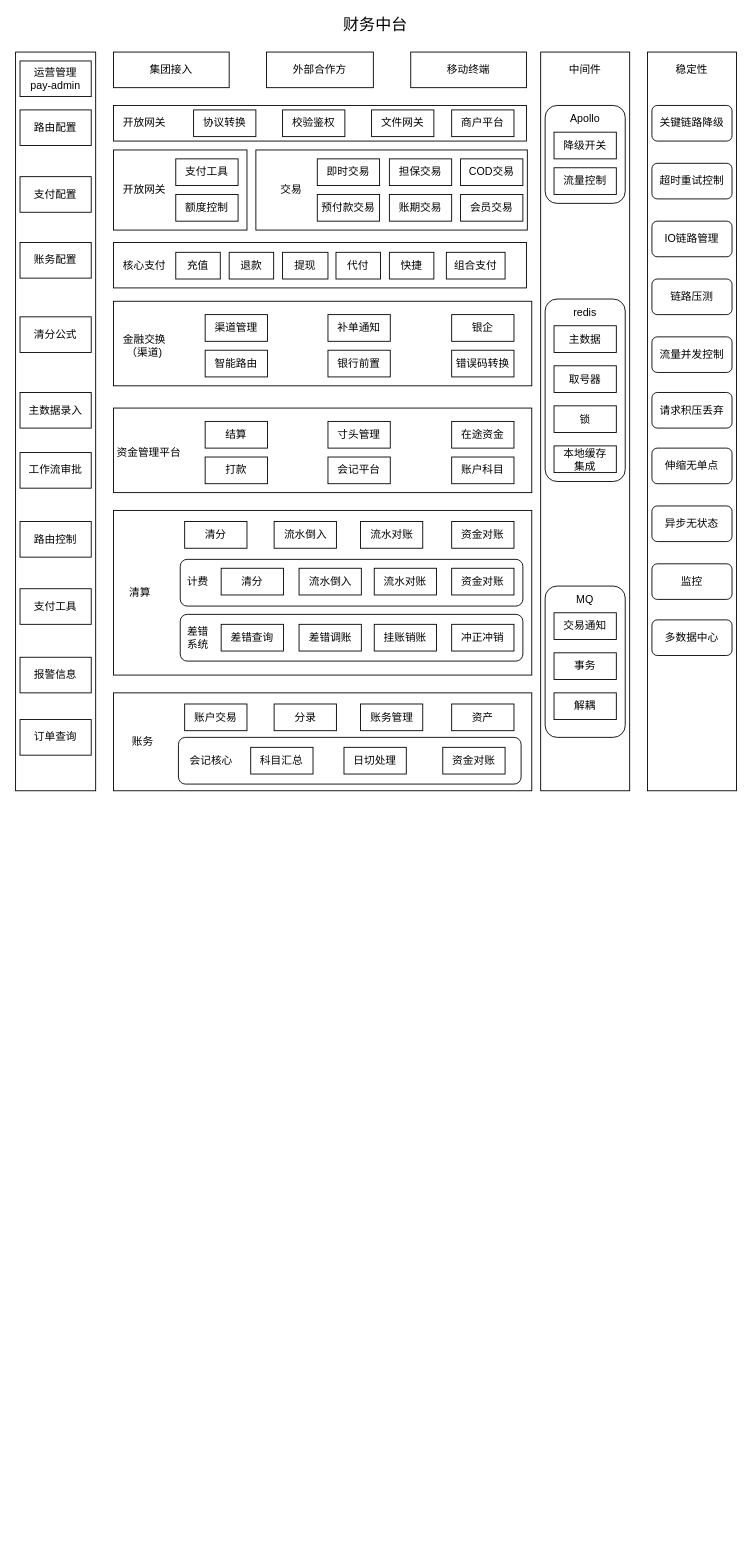
ythawed/diagrams keeps this draw.io diagram as 财务中台架构图.drawio. Above is the earlier version. Source tidied: cells renumbered, new cells numbered last; positions are measured from the earlier drawing's top-left corner, leaving out a move shared by most shapes. Both pictures are drawn from the tidied source at 89%, with x=0, y=0 at pixel (15, 16).
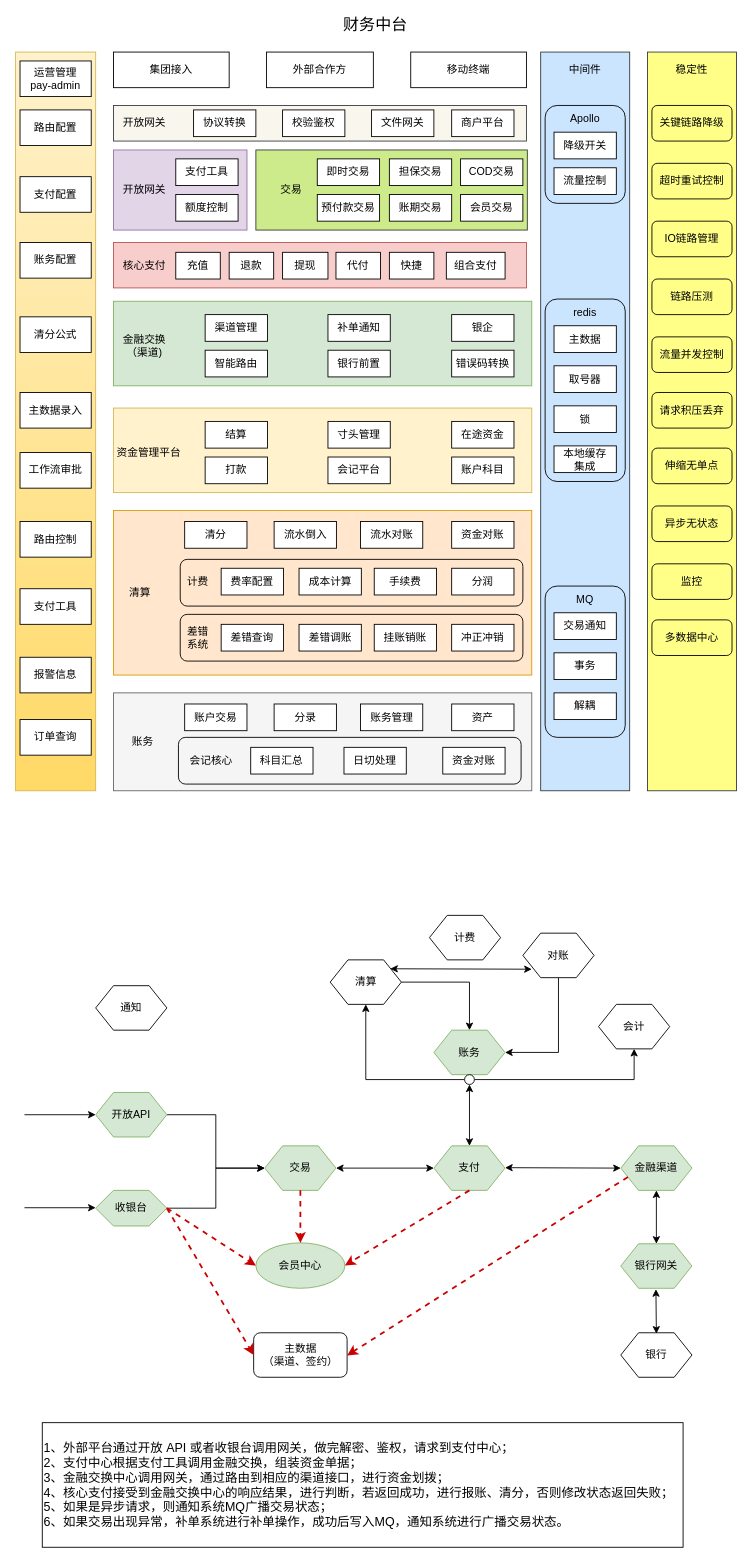
Above is the later version.

Commit message:
Update 财务中台架构图.drawio

Diff of the diagram source:
```diff
@@
-    <mxCell id="2" style="rounded=0;whiteSpace=wrap;html=1;" parent="1" vertex="1">
+    <mxCell id="2" style="rounded=0;whiteSpace=wrap;html=1;fillColor=#ffe6cc;strokeColor=#d79b00;" parent="1" vertex="1">
       <mxGeometry x="110" y="555" width="470" height="185" as="geometry" />
     </mxCell>
@@
-    <mxCell id="5" style="rounded=0;whiteSpace=wrap;html=1;" parent="1" vertex="1">
+    <mxCell id="5" style="rounded=0;whiteSpace=wrap;html=1;fillColor=#fff2cc;strokeColor=#d6b656;gradientColor=#ffd966;" parent="1" vertex="1">
       <mxGeometry y="40" width="90" height="830" as="geometry" />
     </mxCell>
@@
-    <mxCell id="20" style="rounded=0;whiteSpace=wrap;html=1;" parent="1" vertex="1">
+    <mxCell id="20" style="rounded=0;whiteSpace=wrap;html=1;fillColor=#cce5ff;strokeColor=#36393d;" parent="1" vertex="1">
       <mxGeometry x="590" y="40" width="100" height="830" as="geometry" />
     </mxCell>
-    <mxCell id="21" style="rounded=0;whiteSpace=wrap;html=1;" parent="1" vertex="1">
+    <mxCell id="21" style="rounded=0;whiteSpace=wrap;html=1;fillColor=#ffff88;strokeColor=#36393d;" parent="1" vertex="1">
       <mxGeometry x="710" y="40" width="100" height="830" as="geometry" />
     </mxCell>
-    <mxCell id="22" style="rounded=0;whiteSpace=wrap;html=1;" parent="1" vertex="1">
+    <mxCell id="22" style="rounded=0;whiteSpace=wrap;html=1;fillColor=#f9f7ed;strokeColor=#36393d;" parent="1" vertex="1">
       <mxGeometry x="110" y="100" width="464" height="40" as="geometry" />
     </mxCell>
@@
-    <mxCell id="28" style="rounded=0;whiteSpace=wrap;html=1;" parent="1" vertex="1">
+    <mxCell id="28" style="rounded=0;whiteSpace=wrap;html=1;fillColor=#e1d5e7;strokeColor=#9673a6;" parent="1" vertex="1">
       <mxGeometry x="110" y="150" width="150" height="90" as="geometry" />
     </mxCell>
-    <mxCell id="29" style="rounded=0;whiteSpace=wrap;html=1;" parent="1" vertex="1">
+    <mxCell id="29" style="rounded=0;whiteSpace=wrap;html=1;fillColor=#cdeb8b;strokeColor=#36393d;" parent="1" vertex="1">
       <mxGeometry x="270" y="150" width="305" height="90" as="geometry" />
     </mxCell>
@@
-    <mxCell id="40" style="rounded=0;whiteSpace=wrap;html=1;" parent="1" vertex="1">
+    <mxCell id="40" style="rounded=0;whiteSpace=wrap;html=1;fillColor=#f8cecc;strokeColor=#b85450;" parent="1" vertex="1">
       <mxGeometry x="110" y="254" width="464" height="51" as="geometry" />
     </mxCell>
@@
-    <mxCell id="53" style="rounded=0;whiteSpace=wrap;html=1;" parent="1" vertex="1">
+    <mxCell id="53" style="rounded=0;whiteSpace=wrap;html=1;fillColor=#d5e8d4;strokeColor=#82b366;" parent="1" vertex="1">
       <mxGeometry x="110" y="320" width="470" height="95" as="geometry" />
     </mxCell>
@@
-    <mxCell id="61" style="rounded=0;whiteSpace=wrap;html=1;" parent="1" vertex="1">
+    <mxCell id="61" style="rounded=0;whiteSpace=wrap;html=1;fillColor=#fff2cc;strokeColor=#d6b656;" parent="1" vertex="1">
       <mxGeometry x="110" y="440" width="470" height="95" as="geometry" />
     </mxCell>
@@
-    <mxCell id="77" value="&lt;font style=&quot;font-size: 12px&quot;&gt;流水倒入&lt;/font&gt;" style="rounded=0;whiteSpace=wrap;html=1;" parent="1" vertex="1">
+    <mxCell id="77" value="&lt;font style=&quot;font-size: 12px&quot;&gt;成本计算&lt;/font&gt;" style="rounded=0;whiteSpace=wrap;html=1;" parent="1" vertex="1">
       <mxGeometry x="318.5" y="620" width="70" height="30" as="geometry" />
     </mxCell>
-    <mxCell id="78" value="流水对账" style="rounded=0;whiteSpace=wrap;html=1;" parent="1" vertex="1">
+    <mxCell id="78" value="手续费" style="rounded=0;whiteSpace=wrap;html=1;" parent="1" vertex="1">
       <mxGeometry x="403" y="620" width="70" height="30" as="geometry" />
     </mxCell>
-    <mxCell id="79" value="&lt;font style=&quot;font-size: 12px&quot;&gt;资金对账&lt;/font&gt;" style="rounded=0;whiteSpace=wrap;html=1;" parent="1" vertex="1">
+    <mxCell id="79" value="&lt;font style=&quot;font-size: 12px&quot;&gt;分润&lt;/font&gt;" style="rounded=0;whiteSpace=wrap;html=1;" parent="1" vertex="1">
       <mxGeometry x="490" y="620" width="70" height="30" as="geometry" />
     </mxCell>
-    <mxCell id="80" value="清分" style="rounded=0;whiteSpace=wrap;html=1;" parent="1" vertex="1">
+    <mxCell id="80" value="费率配置" style="rounded=0;whiteSpace=wrap;html=1;" parent="1" vertex="1">
       <mxGeometry x="231" y="620" width="70" height="30" as="geometry" />
     </mxCell>
@@
-    <mxCell id="85" style="rounded=0;whiteSpace=wrap;html=1;" parent="1" vertex="1">
+    <mxCell id="85" style="rounded=0;whiteSpace=wrap;html=1;fillColor=#f5f5f5;strokeColor=#666666;fontColor=#333333;" parent="1" vertex="1">
       <mxGeometry x="110" y="760" width="470" height="110" as="geometry" />
     </mxCell>
@@
+    <mxCell id="118" style="edgeStyle=orthogonalEdgeStyle;rounded=0;jettySize=auto;html=1;exitX=1;exitY=0.5;exitDx=0;exitDy=0;entryX=0;entryY=0.5;entryDx=0;entryDy=0;" parent="1" edge="1" source="119" target="122">
+      <mxGeometry relative="1" as="geometry" />
+    </mxCell>
+    <mxCell id="119" value="开放API" style="shape=hexagon;perimeter=hexagonPerimeter2;whiteSpace=wrap;html=1;fixedSize=1;fillColor=#d5e8d4;strokeColor=#82b366;" parent="1" vertex="1">
+      <mxGeometry x="90" y="1209" width="80" height="50" as="geometry" />
+    </mxCell>
+    <mxCell id="120" style="edgeStyle=orthogonalEdgeStyle;rounded=0;jettySize=auto;html=1;exitX=1;exitY=0.5;exitDx=0;exitDy=0;entryX=0;entryY=0.5;entryDx=0;entryDy=0;" parent="1" edge="1" source="121" target="122">
+      <mxGeometry relative="1" as="geometry" />
+    </mxCell>
+    <mxCell id="121" value="收银台" style="shape=hexagon;perimeter=hexagonPerimeter2;whiteSpace=wrap;html=1;fixedSize=1;fillColor=#d5e8d4;strokeColor=#82b366;" parent="1" vertex="1">
+      <mxGeometry x="90" y="1319" width="80" height="40" as="geometry" />
+    </mxCell>
+    <mxCell id="122" value="交易" style="shape=hexagon;perimeter=hexagonPerimeter2;whiteSpace=wrap;html=1;fixedSize=1;fillColor=#d5e8d4;strokeColor=#82b366;" parent="1" vertex="1">
+      <mxGeometry x="280" y="1269" width="80" height="50" as="geometry" />
+    </mxCell>
+    <mxCell id="123" value="支付" style="shape=hexagon;perimeter=hexagonPerimeter2;whiteSpace=wrap;html=1;fixedSize=1;fillColor=#d5e8d4;strokeColor=#82b366;" parent="1" vertex="1">
+      <mxGeometry x="470" y="1269" width="80" height="50" as="geometry" />
+    </mxCell>
+    <mxCell id="124" value="会员中心" style="ellipse;whiteSpace=wrap;html=1;fillColor=#d5e8d4;strokeColor=#82b366;" parent="1" vertex="1">
+      <mxGeometry x="270" y="1378" width="100" height="51" as="geometry" />
+    </mxCell>
+    <mxCell id="125" value="主数据&lt;br&gt;（渠道、签约）" style="rounded=1;whiteSpace=wrap;html=1;" parent="1" vertex="1">
+      <mxGeometry x="267.5" y="1479" width="105" height="50" as="geometry" />
+    </mxCell>
+    <mxCell id="126" value="金融渠道" style="shape=hexagon;perimeter=hexagonPerimeter2;whiteSpace=wrap;html=1;fixedSize=1;fillColor=#d5e8d4;strokeColor=#82b366;" parent="1" vertex="1">
+      <mxGeometry x="680" y="1269" width="80" height="50" as="geometry" />
+    </mxCell>
+    <mxCell id="127" value="银行网关" style="shape=hexagon;perimeter=hexagonPerimeter2;whiteSpace=wrap;html=1;fixedSize=1;fillColor=#d5e8d4;strokeColor=#82b366;" parent="1" vertex="1">
+      <mxGeometry x="680" y="1379" width="80" height="50" as="geometry" />
+    </mxCell>
+    <mxCell id="128" value="银行" style="shape=hexagon;perimeter=hexagonPerimeter2;whiteSpace=wrap;html=1;fixedSize=1;" parent="1" vertex="1">
+      <mxGeometry x="680" y="1479" width="80" height="50" as="geometry" />
+    </mxCell>
+    <mxCell id="129" value="账务" style="shape=hexagon;perimeter=hexagonPerimeter2;whiteSpace=wrap;html=1;fixedSize=1;fillColor=#d5e8d4;strokeColor=#82b366;" parent="1" vertex="1">
+      <mxGeometry x="470" y="1139" width="80" height="50" as="geometry" />
+    </mxCell>
+    <mxCell id="130" value="会计" style="shape=hexagon;perimeter=hexagonPerimeter2;whiteSpace=wrap;html=1;fixedSize=1;" parent="1" vertex="1">
+      <mxGeometry x="655" y="1110" width="80" height="50" as="geometry" />
+    </mxCell>
+    <mxCell id="131" style="edgeStyle=orthogonalEdgeStyle;rounded=0;jettySize=auto;html=1;exitX=0.5;exitY=1;exitDx=0;exitDy=0;entryX=1;entryY=0.5;entryDx=0;entryDy=0;strokeColor=#000000;strokeWidth=1;" parent="1" edge="1" source="132" target="129">
+      <mxGeometry relative="1" as="geometry" />
+    </mxCell>
+    <mxCell id="132" value="对账" style="shape=hexagon;perimeter=hexagonPerimeter2;whiteSpace=wrap;html=1;fixedSize=1;" parent="1" vertex="1">
+      <mxGeometry x="570" y="1030" width="80" height="50" as="geometry" />
+    </mxCell>
+    <mxCell id="133" value="计费" style="shape=hexagon;perimeter=hexagonPerimeter2;whiteSpace=wrap;html=1;fixedSize=1;" parent="1" vertex="1">
+      <mxGeometry x="465" y="1010" width="80" height="50" as="geometry" />
+    </mxCell>
+    <mxCell id="134" style="edgeStyle=orthogonalEdgeStyle;rounded=0;jettySize=auto;html=1;exitX=1;exitY=0.5;exitDx=0;exitDy=0;entryX=0.5;entryY=0;entryDx=0;entryDy=0;strokeColor=#000000;strokeWidth=1;" parent="1" edge="1" source="135" target="129">
+      <mxGeometry relative="1" as="geometry" />
+    </mxCell>
+    <mxCell id="135" value="清算" style="shape=hexagon;perimeter=hexagonPerimeter2;whiteSpace=wrap;html=1;fixedSize=1;" parent="1" vertex="1">
+      <mxGeometry x="353.5" y="1060" width="80" height="50" as="geometry" />
+    </mxCell>
+    <mxCell id="136" value="通知" style="shape=hexagon;perimeter=hexagonPerimeter2;whiteSpace=wrap;html=1;fixedSize=1;" parent="1" vertex="1">
+      <mxGeometry x="90" y="1089" width="80" height="50" as="geometry" />
+    </mxCell>
+    <mxCell id="137" style="endArrow=classic;html=1;entryX=0;entryY=0.5;entryDx=0;entryDy=0;" parent="1" edge="1" target="119">
+      <mxGeometry relative="1" as="geometry">
+        <mxPoint x="10" y="1234" as="sourcePoint" />
+      </mxGeometry>
+    </mxCell>
+    <mxCell id="138" style="endArrow=classic;html=1;entryX=0;entryY=0.5;entryDx=0;entryDy=0;" parent="1" edge="1">
+      <mxGeometry relative="1" as="geometry">
+        <mxPoint x="10" y="1338.5" as="sourcePoint" />
+        <mxPoint x="90" y="1338.5" as="targetPoint" />
+      </mxGeometry>
+    </mxCell>
+    <mxCell id="139" style="endArrow=classic;startArrow=classic;html=1;entryX=0;entryY=0.5;entryDx=0;entryDy=0;exitX=1;exitY=0.5;exitDx=0;exitDy=0;" parent="1" edge="1" source="122" target="123">
+      <mxGeometry relative="1" as="geometry" />
+    </mxCell>
+    <mxCell id="140" style="endArrow=classic;startArrow=classic;html=1;entryX=0;entryY=0.5;entryDx=0;entryDy=0;exitX=1;exitY=0.5;exitDx=0;exitDy=0;" parent="1" edge="1" target="126">
+      <mxGeometry relative="1" as="geometry">
+        <mxPoint x="550" y="1293.5" as="sourcePoint" />
+      </mxGeometry>
+    </mxCell>
+    <mxCell id="141" style="endArrow=classic;startArrow=classic;html=1;entryX=0.5;entryY=0;entryDx=0;entryDy=0;exitX=0.5;exitY=1;exitDx=0;exitDy=0;" parent="1" edge="1" source="126" target="127">
+      <mxGeometry relative="1" as="geometry" />
+    </mxCell>
+    <mxCell id="142" style="endArrow=classic;startArrow=classic;html=1;exitX=0.5;exitY=1;exitDx=0;exitDy=0;" parent="1" edge="1">
+      <mxGeometry relative="1" as="geometry">
+        <mxPoint x="719.5" y="1430" as="sourcePoint" />
+        <mxPoint x="720" y="1480" as="targetPoint" />
+      </mxGeometry>
+    </mxCell>
+    <mxCell id="143" style="endArrow=classic;html=1;entryX=0;entryY=0.5;entryDx=0;entryDy=0;exitX=1;exitY=0.5;exitDx=0;exitDy=0;dashed=1;strokeColor=#CC0000;strokeWidth=2;" parent="1" edge="1" source="121" target="124">
+      <mxGeometry relative="1" as="geometry" />
+    </mxCell>
+    <mxCell id="144" style="endArrow=classic;html=1;exitX=1;exitY=0.5;exitDx=0;exitDy=0;dashed=1;strokeColor=#CC0000;strokeWidth=2;" parent="1" edge="1" target="124">
+      <mxGeometry relative="1" as="geometry">
+        <mxPoint x="320" y="1319" as="sourcePoint" />
+      </mxGeometry>
+    </mxCell>
+    <mxCell id="145" style="endArrow=classic;html=1;exitX=0.5;exitY=1;exitDx=0;exitDy=0;dashed=1;entryX=1;entryY=0.5;entryDx=0;entryDy=0;strokeColor=#CC0000;strokeWidth=2;" parent="1" edge="1" source="123" target="124">
+      <mxGeometry relative="1" as="geometry" />
+    </mxCell>
+    <mxCell id="146" style="endArrow=classic;html=1;exitX=0;exitY=0.75;exitDx=0;exitDy=0;dashed=1;entryX=1;entryY=0.5;entryDx=0;entryDy=0;strokeColor=#CC0000;strokeWidth=2;" parent="1" edge="1" source="126">
+      <mxGeometry relative="1" as="geometry">
+        <mxPoint x="372.5" y="1504.5" as="targetPoint" />
+      </mxGeometry>
+    </mxCell>
+    <mxCell id="147" style="endArrow=classic;html=1;entryX=0;entryY=0.5;entryDx=0;entryDy=0;exitX=1;exitY=0.5;exitDx=0;exitDy=0;dashed=1;strokeColor=#CC0000;strokeWidth=2;" parent="1" edge="1" source="121" target="125">
+      <mxGeometry relative="1" as="geometry" />
+    </mxCell>
+    <mxCell id="148" style="edgeStyle=orthogonalEdgeStyle;rounded=0;jettySize=auto;html=1;exitX=0;exitY=0.5;exitDx=0;exitDy=0;entryX=0.5;entryY=1;entryDx=0;entryDy=0;strokeWidth=1;" parent="1" edge="1" source="150" target="135">
+      <mxGeometry relative="1" as="geometry" />
+    </mxCell>
+    <mxCell id="149" style="edgeStyle=orthogonalEdgeStyle;rounded=0;jettySize=auto;html=1;exitX=1;exitY=0.5;exitDx=0;exitDy=0;entryX=0.5;entryY=1;entryDx=0;entryDy=0;strokeColor=#000000;strokeWidth=1;" parent="1" edge="1" source="150" target="130">
+      <mxGeometry relative="1" as="geometry" />
+    </mxCell>
+    <mxCell id="150" style="ellipse;whiteSpace=wrap;html=1;" parent="1" vertex="1">
+      <mxGeometry x="504.5" y="1189" width="11" height="11" as="geometry" />
+    </mxCell>
+    <mxCell id="151" style="endArrow=classic;startArrow=classic;html=1;exitX=0.5;exitY=1;exitDx=0;exitDy=0;entryX=0.5;entryY=0;entryDx=0;entryDy=0;" parent="1" edge="1" source="150" target="123">
+      <mxGeometry relative="1" as="geometry" />
+    </mxCell>
+    <mxCell id="152" style="endArrow=classic;startArrow=classic;html=1;entryX=0.125;entryY=0.81;entryDx=0;entryDy=0;exitX=1;exitY=0.5;exitDx=0;exitDy=0;entryPerimeter=0;" parent="1" edge="1" target="132">
+      <mxGeometry relative="1" as="geometry">
+        <mxPoint x="421" y="1070" as="sourcePoint" />
+      </mxGeometry>
+    </mxCell>
+    <mxCell id="153" value="&lt;font style=&quot;font-size: 14px&quot;&gt;1、外部平台通过开放 API 或者收银台调用网关，做完解密、鉴权，请求到支付中心；&lt;br&gt;2、支付中心根据支付工具调用金融交换，组装资金单据；&lt;br&gt;3、金融交换中心调用网关，通过路由到相应的渠道接口，进行资金划拨；&lt;br&gt;4、核心支付接受到金融交换中心的响应结果，进行判断，若返回成功，进行报账、清分，否则修改状态返回失败；&lt;br&gt;5、如果是异步请求，则通知系统MQ广播交易状态；&lt;br&gt;6、如果交易出现异常，补单系统进行补单操作，成功后写入MQ，通知系统进行广播交易状态。&lt;/font&gt;" style="whiteSpace=wrap;html=1;align=left;" parent="1" vertex="1">
+      <mxGeometry x="30" y="1580" width="720" height="140" as="geometry" />
+    </mxCell>
```
